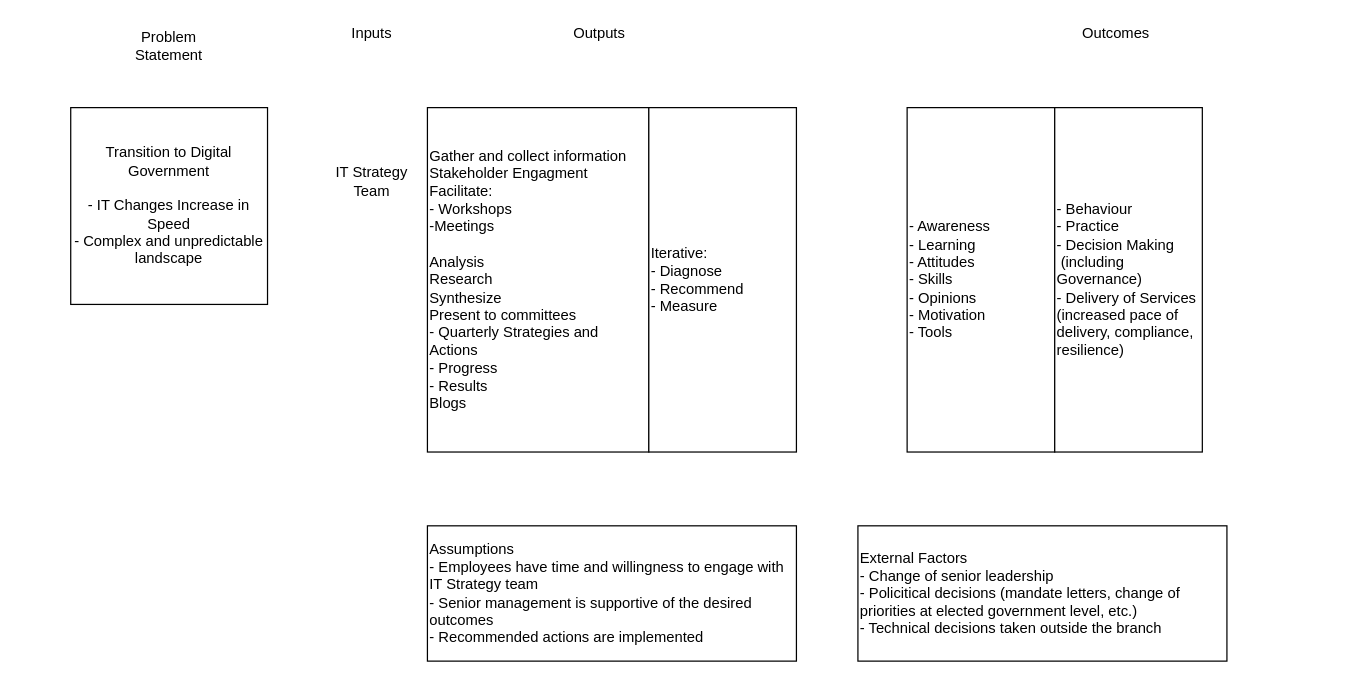
This is drawio/en/LogicModel.drawio from s-laugh/ITStrategy, a draw.io file, before an edit. Source tidied: cells renumbered, new cells numbered last; positions are measured from the earlier drawing's top-left corner, leaving out a move shared by most shapes. Both pictures are drawn from the tidied source at 123%, with x=0, y=0 at pixel (70, 21).
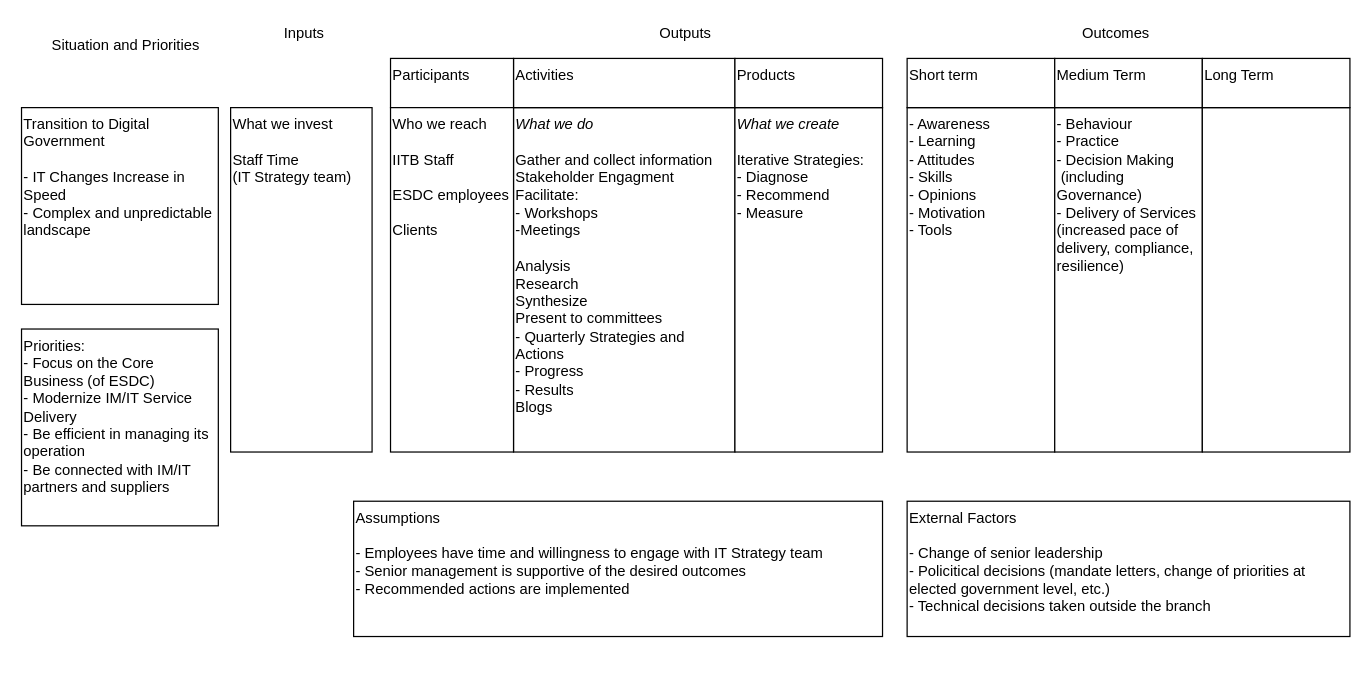
Above is the later version.

Change to the diagram source:
```diff
@@
-    <mxCell id="2" value="Problem Statement" style="text;html=1;strokeColor=none;fillColor=none;align=center;verticalAlign=middle;whiteSpace=wrap;rounded=0;" parent="1" vertex="1">
-      <mxGeometry x="60" y="10" width="40" height="20" as="geometry" />
+    <mxCell id="2" value="Situation and Priorities" style="text;html=1;strokeColor=none;fillColor=none;align=center;verticalAlign=middle;whiteSpace=wrap;rounded=0;" parent="1" vertex="1">
+      <mxGeometry x="-30" y="10" width="150" height="20" as="geometry" />
     </mxCell>
-    <mxCell id="3" value="&lt;div&gt;Transition to Digital Government&lt;/div&gt;&lt;div&gt;&lt;br&gt;&lt;/div&gt;&lt;div&gt;- IT Changes Increase in Speed&lt;/div&gt;&lt;div&gt;- Complex and unpredictable landscape&lt;br&gt;&lt;/div&gt;" style="whiteSpace=wrap;html=1;" parent="1" vertex="1">
-      <mxGeometry y="70" width="160" height="160" as="geometry" />
+    <mxCell id="3" value="&lt;div&gt;Transition to Digital Government&lt;/div&gt;&lt;div&gt;&lt;br&gt;&lt;/div&gt;&lt;div&gt;- IT Changes Increase in Speed&lt;/div&gt;&lt;div&gt;- Complex and unpredictable landscape&lt;/div&gt;" style="whiteSpace=wrap;html=1;align=left;verticalAlign=top;" parent="1" vertex="1">
+      <mxGeometry x="-40" y="70" width="160" height="160" as="geometry" />
     </mxCell>
     <mxCell id="4" value="Inputs" style="text;html=1;strokeColor=none;fillColor=none;align=center;verticalAlign=middle;whiteSpace=wrap;rounded=0;" parent="1" vertex="1">
-      <mxGeometry x="225" width="40" height="20" as="geometry" />
+      <mxGeometry x="170" width="40" height="20" as="geometry" />
     </mxCell>
-    <mxCell id="5" value="&lt;div&gt;IT Strategy Team&lt;/div&gt;" style="text;html=1;strokeColor=none;fillColor=none;align=center;verticalAlign=middle;whiteSpace=wrap;rounded=0;" parent="1" vertex="1">
-      <mxGeometry x="200" y="90" width="90" height="80" as="geometry" />
-    </mxCell>
     <mxCell id="6" value="Outputs" style="text;html=1;strokeColor=none;fillColor=none;align=center;verticalAlign=middle;whiteSpace=wrap;rounded=0;" parent="1" vertex="1">
-      <mxGeometry x="410" width="40" height="20" as="geometry" />
+      <mxGeometry x="480" width="40" height="20" as="geometry" />
     </mxCell>
-    <mxCell id="7" value="&lt;div&gt;Gather and collect information&lt;/div&gt;&lt;div&gt;&lt;div align=&quot;left&quot;&gt;Stakeholder Engagment&lt;/div&gt;&lt;div align=&quot;left&quot;&gt;Facilitate:&lt;/div&gt;&lt;div align=&quot;left&quot;&gt;- Workshops&lt;/div&gt;&lt;div align=&quot;left&quot;&gt;-Meetings&lt;/div&gt;&lt;div align=&quot;left&quot;&gt;&lt;br&gt;&lt;/div&gt;&lt;div align=&quot;left&quot;&gt;Analysis&lt;/div&gt;&lt;/div&gt;&lt;div align=&quot;left&quot;&gt;Research&lt;/div&gt;&lt;div align=&quot;left&quot;&gt;Synthesize&lt;/div&gt;&lt;div align=&quot;left&quot;&gt;Present to committees&lt;/div&gt;&lt;div align=&quot;left&quot;&gt;- Quarterly Strategies and Actions&lt;/div&gt;&lt;div align=&quot;left&quot;&gt;- Progress&lt;br&gt;&lt;/div&gt;&lt;div align=&quot;left&quot;&gt;- Results&lt;br&gt;&lt;/div&gt;&lt;div align=&quot;left&quot;&gt;Blogs&lt;br&gt;&lt;/div&gt;" style="rounded=0;whiteSpace=wrap;html=1;align=left;" parent="1" vertex="1">
-      <mxGeometry x="290" y="70" width="180" height="280" as="geometry" />
+    <mxCell id="7" value="&lt;div&gt;&lt;i&gt;What we do&lt;/i&gt;&lt;/div&gt;&lt;div&gt;&lt;br&gt;&lt;/div&gt;&lt;div&gt;Gather and collect information&lt;/div&gt;&lt;div&gt;&lt;div&gt;Stakeholder Engagment&lt;/div&gt;&lt;div&gt;Facilitate:&lt;/div&gt;&lt;div&gt;- Workshops&lt;/div&gt;&lt;div&gt;-Meetings&lt;/div&gt;&lt;div&gt;&lt;br&gt;&lt;/div&gt;&lt;div&gt;Analysis&lt;/div&gt;&lt;/div&gt;&lt;div&gt;Research&lt;/div&gt;&lt;div&gt;Synthesize&lt;/div&gt;&lt;div&gt;Present to committees&lt;/div&gt;&lt;div&gt;- Quarterly Strategies and Actions&lt;/div&gt;&lt;div&gt;- Progress&lt;br&gt;&lt;/div&gt;&lt;div&gt;- Results&lt;br&gt;&lt;/div&gt;&lt;div&gt;Blogs&lt;br&gt;&lt;/div&gt;" style="rounded=0;whiteSpace=wrap;html=1;align=left;verticalAlign=top;" parent="1" vertex="1">
+      <mxGeometry x="360" y="70" width="180" height="280" as="geometry" />
     </mxCell>
-    <mxCell id="8" value="&lt;div&gt;Iterative:&lt;/div&gt;&lt;div&gt;- Diagnose&lt;/div&gt;&lt;div&gt;- Recommend&lt;/div&gt;&lt;div&gt;- Measure&lt;br&gt;&lt;/div&gt;" style="rounded=0;whiteSpace=wrap;html=1;align=left;" parent="1" vertex="1">
-      <mxGeometry x="470" y="70" width="120" height="280" as="geometry" />
+    <mxCell id="8" value="&lt;div&gt;&lt;i&gt;What we create&lt;/i&gt;&lt;br&gt;&lt;/div&gt;&lt;div&gt;&lt;br&gt;&lt;/div&gt;&lt;div&gt;Iterative Strategies:&lt;/div&gt;&lt;div&gt;- Diagnose&lt;/div&gt;&lt;div&gt;- Recommend&lt;/div&gt;&lt;div&gt;- Measure&lt;br&gt;&lt;/div&gt;" style="rounded=0;whiteSpace=wrap;html=1;align=left;verticalAlign=top;" parent="1" vertex="1">
+      <mxGeometry x="540" y="70" width="120" height="280" as="geometry" />
     </mxCell>
-    <mxCell id="9" value="&lt;div align=&quot;left&quot;&gt;Assumptions&lt;/div&gt;&lt;div align=&quot;left&quot;&gt;- Employees have time and willingness to engage with IT Strategy team&lt;/div&gt;&lt;div align=&quot;left&quot;&gt;- Senior management is supportive of the desired outcomes&lt;/div&gt;&lt;div align=&quot;left&quot;&gt;- Recommended actions are implemented&lt;br&gt;&lt;/div&gt;" style="rounded=0;whiteSpace=wrap;html=1;align=left;" parent="1" vertex="1">
-      <mxGeometry x="290" y="410" width="300" height="110" as="geometry" />
+    <mxCell id="9" value="&lt;div&gt;Assumptions&lt;/div&gt;&lt;div&gt;&lt;br&gt;&lt;/div&gt;&lt;div&gt;- Employees have time and willingness to engage with IT Strategy team&lt;/div&gt;&lt;div&gt;- Senior management is supportive of the desired outcomes&lt;/div&gt;&lt;div&gt;- Recommended actions are implemented&lt;br&gt;&lt;/div&gt;" style="rounded=0;whiteSpace=wrap;html=1;align=left;verticalAlign=top;" parent="1" vertex="1">
+      <mxGeometry x="230" y="390" width="430" height="110" as="geometry" />
     </mxCell>
@@
-    <mxCell id="11" value="&lt;div align=&quot;left&quot;&gt;- Awareness&lt;/div&gt;&lt;div align=&quot;left&quot;&gt;- Learning&lt;/div&gt;&lt;div align=&quot;left&quot;&gt;- Attitudes&lt;/div&gt;&lt;div align=&quot;left&quot;&gt;- Skills&lt;/div&gt;&lt;div align=&quot;left&quot;&gt;- Opinions&lt;/div&gt;&lt;div align=&quot;left&quot;&gt;- Motivation&lt;/div&gt;&lt;div align=&quot;left&quot;&gt;- Tools&lt;br&gt;&lt;/div&gt;" style="rounded=0;whiteSpace=wrap;html=1;align=left;" parent="1" vertex="1">
+    <mxCell id="11" value="&lt;div&gt;- Awareness&lt;/div&gt;&lt;div&gt;- Learning&lt;/div&gt;&lt;div&gt;- Attitudes&lt;/div&gt;&lt;div&gt;- Skills&lt;/div&gt;&lt;div&gt;- Opinions&lt;/div&gt;&lt;div&gt;- Motivation&lt;/div&gt;&lt;div&gt;- Tools&lt;br&gt;&lt;/div&gt;" style="rounded=0;whiteSpace=wrap;html=1;align=left;verticalAlign=top;" parent="1" vertex="1">
       <mxGeometry x="680" y="70" width="120" height="280" as="geometry" />
     </mxCell>
-    <mxCell id="12" value="&lt;div&gt;- Behaviour&lt;/div&gt;&lt;div&gt;- Practice&lt;/div&gt;&lt;div&gt;- Decision Making&lt;/div&gt;&lt;div&gt;&amp;nbsp;(including Governance)&lt;/div&gt;&lt;div&gt;- Delivery of Services&lt;/div&gt;&lt;div&gt;(increased pace of delivery, compliance, resilience)&lt;br&gt;&lt;/div&gt;" style="rounded=0;whiteSpace=wrap;html=1;align=left;" parent="1" vertex="1">
+    <mxCell id="12" value="&lt;div&gt;- Behaviour&lt;/div&gt;&lt;div&gt;- Practice&lt;/div&gt;&lt;div&gt;- Decision Making&lt;/div&gt;&lt;div&gt;&amp;nbsp;(including Governance)&lt;/div&gt;&lt;div&gt;- Delivery of Services&lt;/div&gt;&lt;div&gt;(increased pace of delivery, compliance, resilience)&lt;br&gt;&lt;/div&gt;" style="rounded=0;whiteSpace=wrap;html=1;align=left;verticalAlign=top;" parent="1" vertex="1">
       <mxGeometry x="800" y="70" width="120" height="280" as="geometry" />
     </mxCell>
-    <mxCell id="13" value="&lt;div&gt;External Factors&lt;/div&gt;&lt;div&gt;- Change of senior leadership&lt;/div&gt;&lt;div&gt;- Policitical decisions (mandate letters, change of priorities at elected government level, etc.)&lt;/div&gt;&lt;div&gt;- Technical decisions taken outside the branch&lt;br&gt;&lt;/div&gt;" style="rounded=0;whiteSpace=wrap;html=1;align=left;" parent="1" vertex="1">
-      <mxGeometry x="640" y="410" width="300" height="110" as="geometry" />
+    <mxCell id="13" value="&lt;div&gt;External Factors&lt;/div&gt;&lt;div&gt;&lt;br&gt;&lt;/div&gt;&lt;div&gt;- Change of senior leadership&lt;/div&gt;&lt;div&gt;- Policitical decisions (mandate letters, change of priorities at elected government level, etc.)&lt;/div&gt;&lt;div&gt;- Technical decisions taken outside the branch&lt;br&gt;&lt;/div&gt;" style="rounded=0;whiteSpace=wrap;html=1;align=left;verticalAlign=top;" parent="1" vertex="1">
+      <mxGeometry x="680" y="390" width="360" height="110" as="geometry" />
     </mxCell>
+    <mxCell id="14" value="&lt;div&gt;Priorities:&lt;/div&gt;&lt;div&gt;- Focus on the Core Business (of ESDC)&lt;/div&gt;&lt;div&gt;- Modernize IM/IT Service Delivery&lt;/div&gt;&lt;div&gt;- Be efficient in managing its operation&lt;/div&gt;&lt;div&gt;- Be connected with IM/IT partners and suppliers&lt;br&gt;&lt;/div&gt;" style="whiteSpace=wrap;html=1;align=left;verticalAlign=top;" parent="1" vertex="1">
+      <mxGeometry x="-40" y="250" width="160" height="160" as="geometry" />
+    </mxCell>
+    <mxCell id="15" style="rounded=0;whiteSpace=wrap;html=1;align=left;verticalAlign=top;" parent="1" vertex="1">
+      <mxGeometry x="920" y="70" width="120" height="280" as="geometry" />
+    </mxCell>
+    <mxCell id="16" value="Short term" style="rounded=0;whiteSpace=wrap;html=1;align=left;verticalAlign=top;" parent="1" vertex="1">
+      <mxGeometry x="680" y="30" width="120" height="40" as="geometry" />
+    </mxCell>
+    <mxCell id="17" value="Medium Term" style="rounded=0;whiteSpace=wrap;html=1;align=left;verticalAlign=top;" parent="1" vertex="1">
+      <mxGeometry x="800" y="30" width="120" height="40" as="geometry" />
+    </mxCell>
+    <mxCell id="18" value="Long Term" style="rounded=0;whiteSpace=wrap;html=1;align=left;verticalAlign=top;" parent="1" vertex="1">
+      <mxGeometry x="920" y="30" width="120" height="40" as="geometry" />
+    </mxCell>
+    <mxCell id="19" value="Activities" style="rounded=0;whiteSpace=wrap;html=1;align=left;verticalAlign=top;" parent="1" vertex="1">
+      <mxGeometry x="360" y="30" width="180" height="40" as="geometry" />
+    </mxCell>
+    <mxCell id="20" value="Products" style="rounded=0;whiteSpace=wrap;html=1;align=left;verticalAlign=top;" parent="1" vertex="1">
+      <mxGeometry x="540" y="30" width="120" height="40" as="geometry" />
+    </mxCell>
+    <mxCell id="21" value="&lt;div&gt;What we invest&lt;/div&gt;&lt;div&gt;&lt;br&gt;&lt;/div&gt;&lt;div&gt;Staff Time&lt;/div&gt;&lt;div&gt;(IT Strategy team)&lt;br&gt;&lt;/div&gt;" style="rounded=0;whiteSpace=wrap;html=1;align=left;verticalAlign=top;" parent="1" vertex="1">
+      <mxGeometry x="130" y="70" width="115" height="280" as="geometry" />
+    </mxCell>
+    <mxCell id="22" value="Participants" style="rounded=0;whiteSpace=wrap;html=1;align=left;verticalAlign=top;" parent="1" vertex="1">
+      <mxGeometry x="260" y="30" width="100" height="40" as="geometry" />
+    </mxCell>
+    <mxCell id="23" value="&lt;div&gt;Who we reach&lt;/div&gt;&lt;div&gt;&lt;br&gt;&lt;/div&gt;&lt;div&gt;IITB Staff&lt;/div&gt;&lt;div&gt;&lt;br&gt;&lt;/div&gt;&lt;div&gt;ESDC employees&lt;/div&gt;&lt;div&gt;&lt;br&gt;&lt;/div&gt;&lt;div&gt;Clients&lt;br&gt;&lt;/div&gt;" style="rounded=0;whiteSpace=wrap;html=1;align=left;verticalAlign=top;" parent="1" vertex="1">
+      <mxGeometry x="260" y="70" width="100" height="280" as="geometry" />
+    </mxCell>
```
